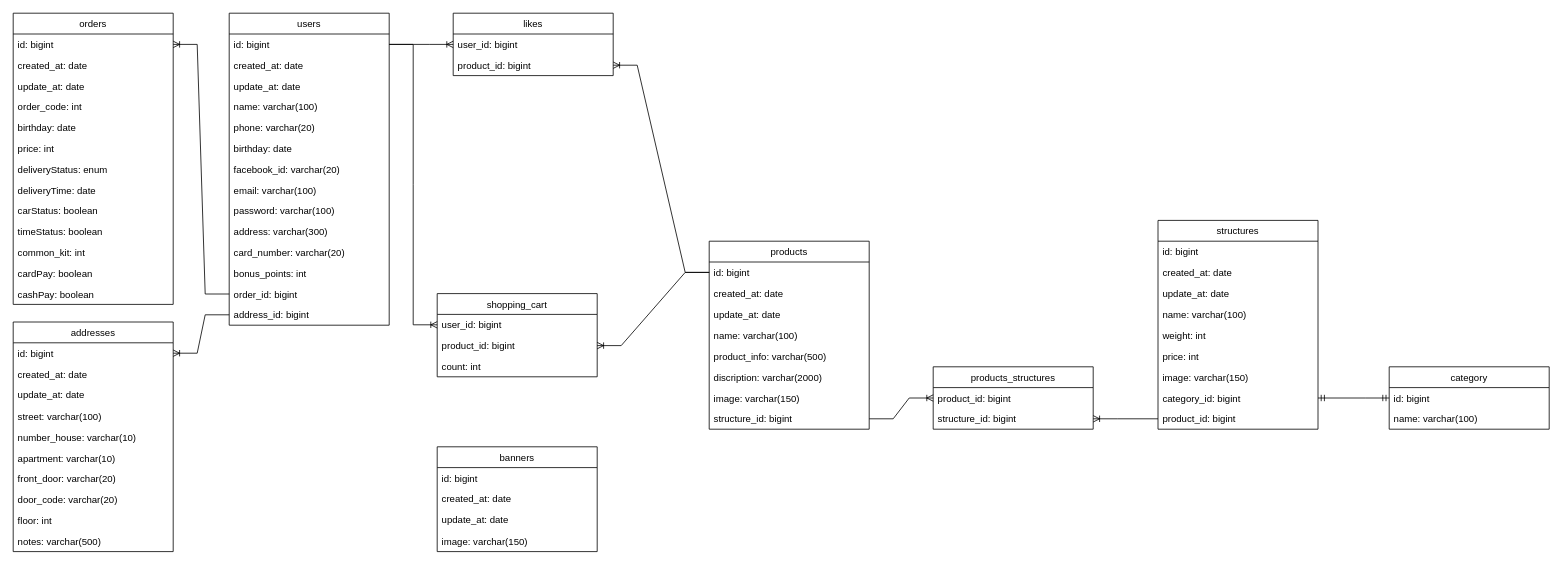
Earlier version of the draw.io diagram src/Vilki_Palki.drawio (NikitaFoshch/UML). Source tidied: cells renumbered, new cells numbered last; positions are measured from the earlier drawing's top-left corner, leaving out a move shared by most shapes. Both pictures are drawn from the tidied source at 80%, with x=0, y=0 at pixel (13, 13).
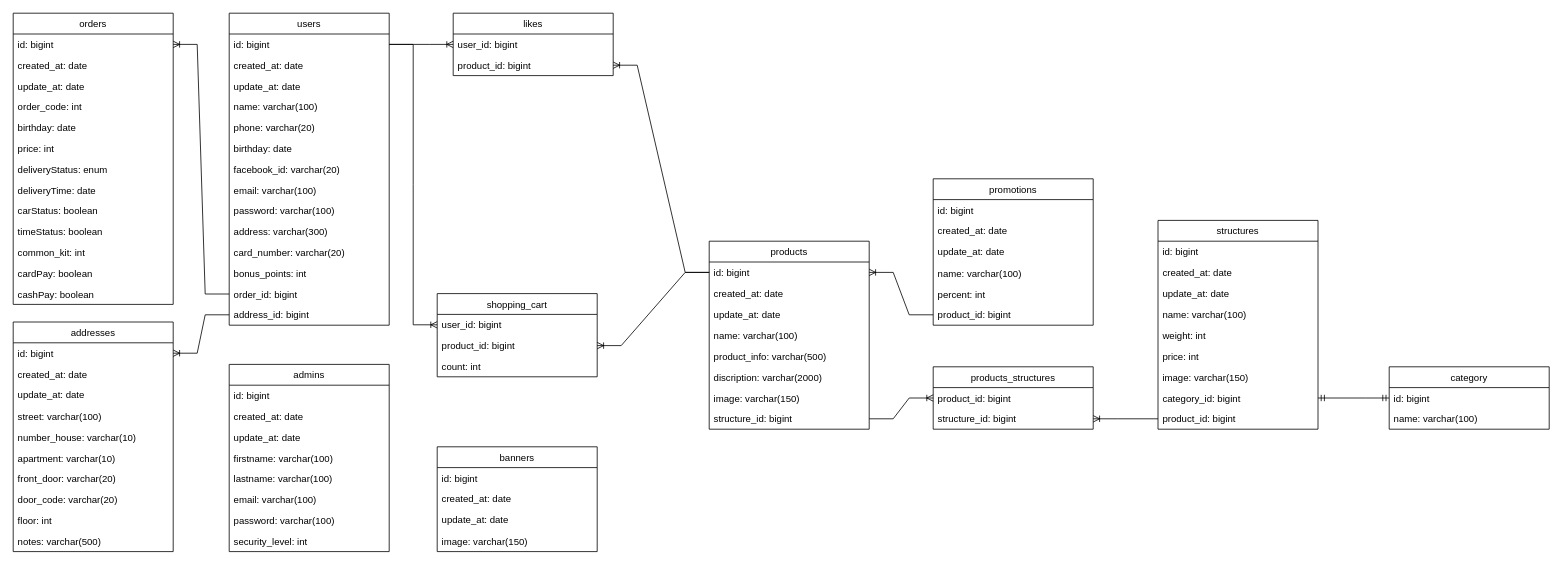
The same page after the edit.

The change refers to these unchanged cells:
```xml
<mxCell id="50" value="id: bigint" style="text;strokeColor=none;fillColor=none;align=left;verticalAlign=top;spacingLeft=4;spacingRight=4;overflow=hidden;points=[[0,0.5],[1,0.5]];portConstraint=eastwest;" parent="49" vertex="1">
  <mxGeometry y="26" width="200" height="26" as="geometry" />
</mxCell>
```

Change to the diagram source:
```diff
@@
+    <mxCell id="88" value="promotions" style="swimlane;fontStyle=0;horizontal=1;startSize=26;fillColor=none;" parent="1" vertex="1">
+      <mxGeometry x="1150" y="207" width="200" height="183" as="geometry" />
+    </mxCell>
+    <mxCell id="89" value="id: bigint" style="text;strokeColor=none;fillColor=none;align=left;verticalAlign=top;spacingLeft=4;spacingRight=4;overflow=hidden;" parent="88" vertex="1">
+      <mxGeometry y="26" width="200" height="26" as="geometry" />
+    </mxCell>
+    <mxCell id="90" value="created_at: date" style="text;strokeColor=none;fillColor=none;align=left;verticalAlign=top;spacingLeft=4;spacingRight=4;overflow=hidden;" parent="88" vertex="1">
+      <mxGeometry y="52" width="200" height="26" as="geometry" />
+    </mxCell>
+    <mxCell id="91" value="update_at: date" style="text;strokeColor=none;fillColor=none;align=left;verticalAlign=top;spacingLeft=4;spacingRight=4;overflow=hidden;" parent="88" vertex="1">
+      <mxGeometry y="78" width="200" height="27" as="geometry" />
+    </mxCell>
+    <mxCell id="92" value="name: varchar(100)" style="text;strokeColor=none;fillColor=none;align=left;verticalAlign=top;spacingLeft=4;spacingRight=4;overflow=hidden;" parent="88" vertex="1">
+      <mxGeometry y="105" width="200" height="26" as="geometry" />
+    </mxCell>
+    <mxCell id="93" value="percent: int" style="text;strokeColor=none;fillColor=none;align=left;verticalAlign=top;spacingLeft=4;spacingRight=4;overflow=hidden;" parent="88" vertex="1">
+      <mxGeometry y="131" width="200" height="26" as="geometry" />
+    </mxCell>
+    <mxCell id="94" value="product_id: bigint" style="text;strokeColor=none;fillColor=none;align=left;verticalAlign=top;spacingLeft=4;spacingRight=4;overflow=hidden;points=[[0,0.5],[1,0.5]];portConstraint=eastwest;" parent="88" vertex="1">
+      <mxGeometry y="157" width="200" height="26" as="geometry" />
+    </mxCell>
+    <mxCell id="95" style="edgeStyle=entityRelationEdgeStyle;fontSize=12;html=1;endArrow=ERoneToMany;rounded=0;entryX=1;entryY=0.5;entryDx=0;entryDy=0;exitX=0;exitY=0.5;exitDx=0;exitDy=0;" parent="1" edge="1" source="94" target="50">
+      <mxGeometry relative="1" as="geometry" />
+    </mxCell>
+    <mxCell id="96" value="admins" style="swimlane;fontStyle=0;horizontal=1;startSize=26;fillColor=none;" parent="1" vertex="1">
+      <mxGeometry x="270" y="439" width="200" height="234" as="geometry" />
+    </mxCell>
+    <mxCell id="97" value="id: bigint" style="text;strokeColor=none;fillColor=none;align=left;verticalAlign=top;spacingLeft=4;spacingRight=4;overflow=hidden;" parent="96" vertex="1">
+      <mxGeometry y="26" width="200" height="26" as="geometry" />
+    </mxCell>
+    <mxCell id="98" value="created_at: date" style="text;strokeColor=none;fillColor=none;align=left;verticalAlign=top;spacingLeft=4;spacingRight=4;overflow=hidden;" parent="96" vertex="1">
+      <mxGeometry y="52" width="200" height="26" as="geometry" />
+    </mxCell>
+    <mxCell id="99" value="update_at: date" style="text;strokeColor=none;fillColor=none;align=left;verticalAlign=top;spacingLeft=4;spacingRight=4;overflow=hidden;" parent="96" vertex="1">
+      <mxGeometry y="78" width="200" height="26" as="geometry" />
+    </mxCell>
+    <mxCell id="100" value="firstname: varchar(100)" style="text;strokeColor=none;fillColor=none;align=left;verticalAlign=top;spacingLeft=4;spacingRight=4;overflow=hidden;" parent="96" vertex="1">
+      <mxGeometry y="104" width="200" height="26" as="geometry" />
+    </mxCell>
+    <mxCell id="101" value="lastname: varchar(100)" style="text;strokeColor=none;fillColor=none;align=left;verticalAlign=top;spacingLeft=4;spacingRight=4;overflow=hidden;" parent="96" vertex="1">
+      <mxGeometry y="130" width="200" height="26" as="geometry" />
+    </mxCell>
+    <mxCell id="102" value="email: varchar(100)" style="text;strokeColor=none;fillColor=none;align=left;verticalAlign=top;spacingLeft=4;spacingRight=4;overflow=hidden;" parent="96" vertex="1">
+      <mxGeometry y="156" width="200" height="26" as="geometry" />
+    </mxCell>
+    <mxCell id="103" value="password: varchar(100)" style="text;strokeColor=none;fillColor=none;align=left;verticalAlign=top;spacingLeft=4;spacingRight=4;overflow=hidden;" parent="96" vertex="1">
+      <mxGeometry y="182" width="200" height="26" as="geometry" />
+    </mxCell>
+    <mxCell id="104" value="security_level: int" style="text;strokeColor=none;fillColor=none;align=left;verticalAlign=top;spacingLeft=4;spacingRight=4;overflow=hidden;" parent="96" vertex="1">
+      <mxGeometry y="208" width="200" height="26" as="geometry" />
+    </mxCell>
```
